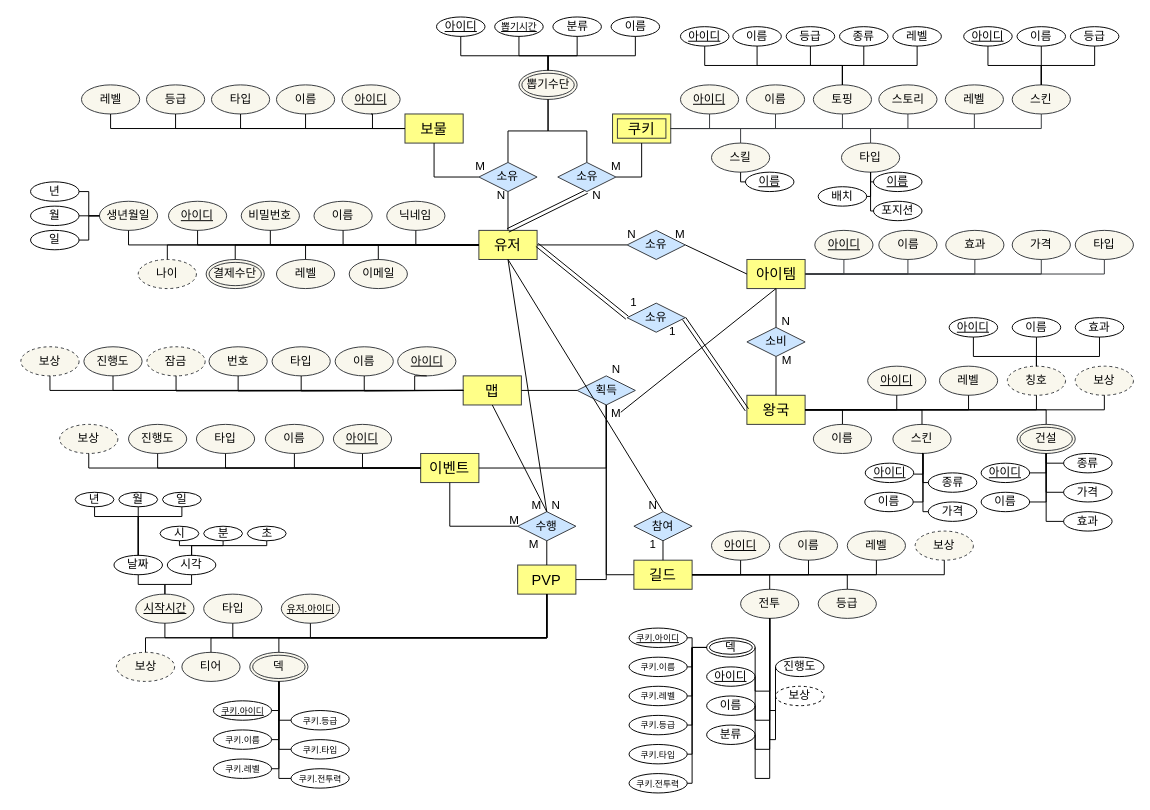
breeze234/web1 keeps this draw.io diagram as page "페이지-2" (2 of 3) of 제목 없는 다이어그램.drawio. Above is the earlier version. Source tidied: cells renumbered, new cells numbered last; positions are measured from the earlier drawing's top-left corner, leaving out a move shared by most shapes. Both pictures are drawn from the tidied source at 97%, with x=0, y=0 at pixel (20, 16).
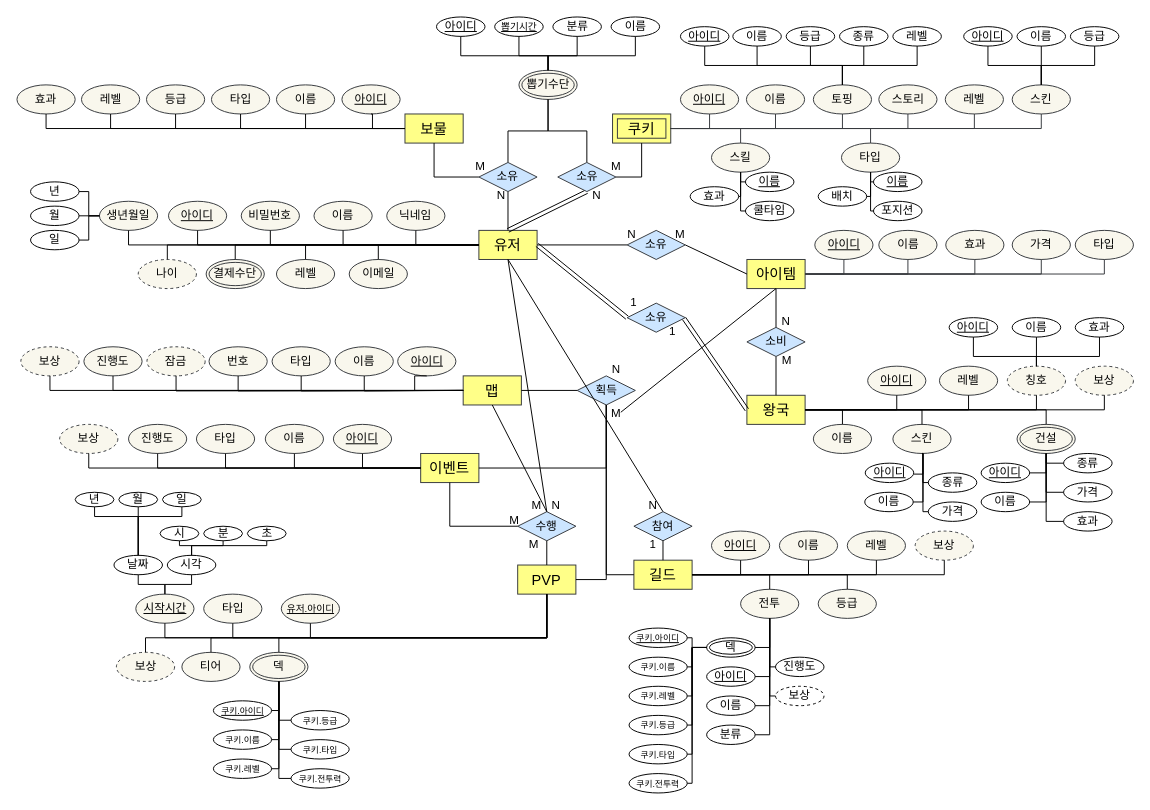
Above is the later version.

Commit message (it also covers changes not shown here):
제목 없는 다이어그램.drawio 업데이트

The change refers to these unchanged cells:
```xml
<mxCell id="51" value="&lt;font style=&quot;font-size: 15px;&quot;&gt;보물&lt;/font&gt;" style="whiteSpace=wrap;html=1;align=center;fillColor=#ffff88;strokeColor=#36393d;" parent="1" vertex="1">
  <mxGeometry x="396" y="100" width="60" height="30" as="geometry" />
</mxCell>
<mxCell id="198" value="전투" style="ellipse;whiteSpace=wrap;html=1;fillColor=#f9f7ed;strokeColor=#36393d;" parent="1" vertex="1">
  <mxGeometry x="742" y="590" width="60" height="30" as="geometry" />
</mxCell>
<mxCell id="208" value="&lt;u&gt;아이디&lt;/u&gt;" style="ellipse;whiteSpace=wrap;html=1;" parent="1" vertex="1">
  <mxGeometry x="707" y="670" width="50" height="20" as="geometry" />
</mxCell>
<mxCell id="209" value="이름" style="ellipse;whiteSpace=wrap;html=1;" parent="1" vertex="1">
  <mxGeometry x="707" y="700" width="50" height="20" as="geometry" />
</mxCell>
<mxCell id="210" value="분류" style="ellipse;whiteSpace=wrap;html=1;" parent="1" vertex="1">
  <mxGeometry x="707" y="730" width="50" height="20" as="geometry" />
</mxCell>
<mxCell id="211" value="덱" style="ellipse;shape=doubleEllipse;margin=3;whiteSpace=wrap;html=1;align=center;" parent="1" vertex="1">
  <mxGeometry x="707" y="640" width="50" height="20" as="geometry" />
</mxCell>
<mxCell id="212" value="진행도" style="ellipse;whiteSpace=wrap;html=1;" parent="1" vertex="1">
  <mxGeometry x="778" y="660" width="50" height="20" as="geometry" />
</mxCell>
<mxCell id="213" value="보상" style="ellipse;whiteSpace=wrap;html=1;dashed=1;" parent="1" vertex="1">
  <mxGeometry x="778" y="690" width="50" height="20" as="geometry" />
</mxCell>
<mxCell id="270" value="스킬" style="ellipse;whiteSpace=wrap;html=1;fillColor=#f9f7ed;strokeColor=#36393d;" parent="1" vertex="1">
  <mxGeometry x="712" y="130" width="60" height="30" as="geometry" />
</mxCell>
```

Diff of the diagram source:
```diff
@@
     <mxCell id="226" style="endArrow=none;html=1;rounded=0;edgeStyle=orthogonalEdgeStyle;exitX=1;exitY=0.5;exitDx=0;exitDy=0;entryX=0.5;entryY=1;entryDx=0;entryDy=0;" parent="1" edge="1" source="211" target="198">
       <mxGeometry relative="1" as="geometry">
         <Array as="points">
-          <mxPoint x="772" y="695" />
+          <mxPoint x="772" y="650" />
         </Array>
       </mxGeometry>
     </mxCell>
     <mxCell id="227" style="endArrow=none;html=1;rounded=0;edgeStyle=orthogonalEdgeStyle;exitX=1;exitY=0.5;exitDx=0;exitDy=0;entryX=0.5;entryY=1;entryDx=0;entryDy=0;" parent="1" edge="1" source="208" target="198">
       <mxGeometry relative="1" as="geometry">
         <Array as="points">
-          <mxPoint x="772" y="725" />
+          <mxPoint x="772" y="680" />
         </Array>
       </mxGeometry>
     </mxCell>
     <mxCell id="228" style="endArrow=none;html=1;rounded=0;edgeStyle=orthogonalEdgeStyle;exitX=1;exitY=0.5;exitDx=0;exitDy=0;entryX=0.5;entryY=1;entryDx=0;entryDy=0;" parent="1" edge="1" source="209" target="198">
       <mxGeometry relative="1" as="geometry">
         <Array as="points">
-          <mxPoint x="772" y="755" />
+          <mxPoint x="772" y="710" />
         </Array>
       </mxGeometry>
     </mxCell>
     <mxCell id="229" style="endArrow=none;html=1;rounded=0;edgeStyle=orthogonalEdgeStyle;exitX=0;exitY=0.5;exitDx=0;exitDy=0;entryX=0.5;entryY=1;entryDx=0;entryDy=0;" parent="1" edge="1" source="212" target="198">
       <mxGeometry relative="1" as="geometry">
         <Array as="points">
-          <mxPoint x="772" y="715" />
+          <mxPoint x="772" y="670" />
         </Array>
       </mxGeometry>
     </mxCell>
     <mxCell id="230" style="endArrow=none;html=1;rounded=0;edgeStyle=orthogonalEdgeStyle;entryX=0.5;entryY=1;entryDx=0;entryDy=0;exitX=0;exitY=0.5;exitDx=0;exitDy=0;" parent="1" edge="1" source="213" target="198">
       <mxGeometry relative="1" as="geometry">
         <Array as="points">
-          <mxPoint x="772" y="745" />
+          <mxPoint x="772" y="700" />
         </Array>
       </mxGeometry>
     </mxCell>
     <mxCell id="231" style="endArrow=none;html=1;rounded=0;edgeStyle=orthogonalEdgeStyle;exitX=1;exitY=0.5;exitDx=0;exitDy=0;entryX=0.5;entryY=1;entryDx=0;entryDy=0;" parent="1" edge="1" source="210" target="198">
       <mxGeometry relative="1" as="geometry">
         <Array as="points">
-          <mxPoint x="772" y="785" />
+          <mxPoint x="772" y="740" />
         </Array>
       </mxGeometry>
     </mxCell>
@@
+    <mxCell id="292" value="효과" style="ellipse;whiteSpace=wrap;html=1;" parent="1" vertex="1">
+      <mxGeometry x="690" y="175" width="50" height="20" as="geometry" />
+    </mxCell>
+    <mxCell id="293" style="endArrow=none;html=1;rounded=0;entryX=0.5;entryY=1;entryDx=0;entryDy=0;edgeStyle=orthogonalEdgeStyle;exitX=1;exitY=0.5;exitDx=0;exitDy=0;" parent="1" edge="1" source="292" target="270">
+      <mxGeometry relative="1" as="geometry">
+        <Array as="points">
+          <mxPoint x="742" y="185" />
+        </Array>
+      </mxGeometry>
+    </mxCell>
+    <mxCell id="294" value="쿨타임" style="ellipse;whiteSpace=wrap;html=1;" parent="1" vertex="1">
+      <mxGeometry x="747" y="190" width="50" height="20" as="geometry" />
+    </mxCell>
+    <mxCell id="295" style="endArrow=none;html=1;rounded=0;entryX=0.5;entryY=1;entryDx=0;entryDy=0;edgeStyle=orthogonalEdgeStyle;exitX=0;exitY=0.5;exitDx=0;exitDy=0;" parent="1" edge="1" source="294" target="270">
+      <mxGeometry relative="1" as="geometry">
+        <Array as="points">
+          <mxPoint x="742" y="200" />
+        </Array>
+      </mxGeometry>
+    </mxCell>
+    <mxCell id="296" value="효과" style="ellipse;whiteSpace=wrap;html=1;fillColor=#f9f7ed;strokeColor=#36393d;" parent="1" vertex="1">
+      <mxGeometry x="-4" y="70" width="60" height="30" as="geometry" />
+    </mxCell>
+    <mxCell id="297" style="edgeStyle=orthogonalEdgeStyle;rounded=0;jettySize=auto;html=1;endArrow=none;endFill=0;entryX=0;entryY=0.5;entryDx=0;entryDy=0;exitX=0.5;exitY=1;exitDx=0;exitDy=0;" parent="1" edge="1" source="296" target="51">
+      <mxGeometry relative="1" as="geometry">
+        <Array as="points">
+          <mxPoint x="26" y="115" />
+        </Array>
+      </mxGeometry>
+    </mxCell>
```
